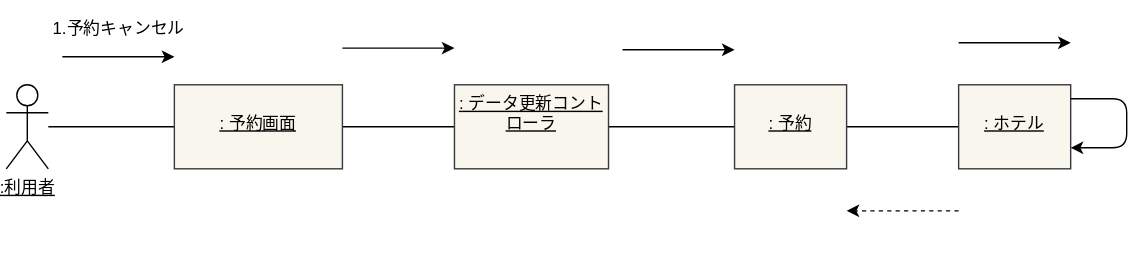
This is 演習5-2_CD_予約登録削除.drawio.svg from orenouserNamehaKawamura1/uml-introduction, a draw.io export, as it was before one commit. Source tidied: cells renumbered, new cells last; positions are measured from the earlier drawing's top-left corner, leaving out a move shared by most shapes.
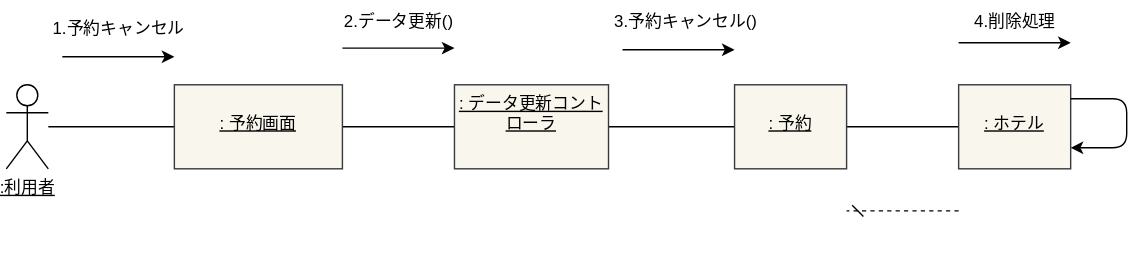
The same diagram one commit later.

Diff of the diagram source:
```diff
@@ -68,23 +68,23 @@
         </Array>
       </mxGeometry>
     </mxCell>
-    <mxCell id="17" value="&lt;font color=&quot;#ffffff&quot;&gt;2.データ更新()&lt;/font&gt;" style="text;html=1;align=center;verticalAlign=middle;strokeColor=none;fillColor=none;fontColor=#000000;" parent="1" vertex="1">
+    <mxCell id="17" value="2.データ更新()" style="text;html=1;align=center;verticalAlign=middle;strokeColor=none;fillColor=none;fontColor=#000000;" parent="1" vertex="1">
       <mxGeometry x="230" width="100" height="30" as="geometry" />
     </mxCell>
-    <mxCell id="18" value="3.予約キャンセル()" style="text;html=1;align=center;verticalAlign=middle;strokeColor=none;fillColor=none;fontColor=#FFFFFF;" parent="1" vertex="1">
+    <mxCell id="18" value="&lt;font color=&quot;#000000&quot;&gt;3.予約キャンセル()&lt;/font&gt;" style="text;html=1;align=center;verticalAlign=middle;strokeColor=none;fillColor=none;fontColor=#FFFFFF;" parent="1" vertex="1">
       <mxGeometry x="420" width="130" height="30" as="geometry" />
     </mxCell>
-    <mxCell id="19" value="4.削除処理" style="text;html=1;align=center;verticalAlign=middle;strokeColor=none;fillColor=none;fontColor=#FFFFFF;" parent="1" vertex="1">
+    <mxCell id="19" value="&lt;font color=&quot;#000000&quot;&gt;4.削除処理&lt;/font&gt;" style="text;html=1;align=center;verticalAlign=middle;strokeColor=none;fillColor=none;fontColor=#FFFFFF;" parent="1" vertex="1">
       <mxGeometry x="680" width="80" height="30" as="geometry" />
     </mxCell>
-    <mxCell id="20" style="endArrow=classic;html=1;fontColor=#FFFFFF;dashed=1;" parent="1" edge="1">
+    <mxCell id="20" style="endArrow=dash;html=1;fontColor=#FFFFFF;dashed=1;endFill=0;" parent="1" edge="1">
       <mxGeometry relative="1" as="geometry">
         <mxPoint x="680" y="150" as="sourcePoint" />
         <mxPoint x="600" y="150" as="targetPoint" />
       </mxGeometry>
     </mxCell>
     <mxCell id="21" value="&amp;lt;&amp;lt;destoroy&amp;gt;&amp;gt;" style="text;html=1;align=center;verticalAlign=middle;strokeColor=none;fillColor=none;fontColor=#FFFFFF;" parent="1" vertex="1">
-      <mxGeometry x="600" y="160" width="100" height="30" as="geometry" />
+      <mxGeometry x="600" y="150" width="100" height="30" as="geometry" />
     </mxCell>
   </root>
 </mxGraphModel>
```
